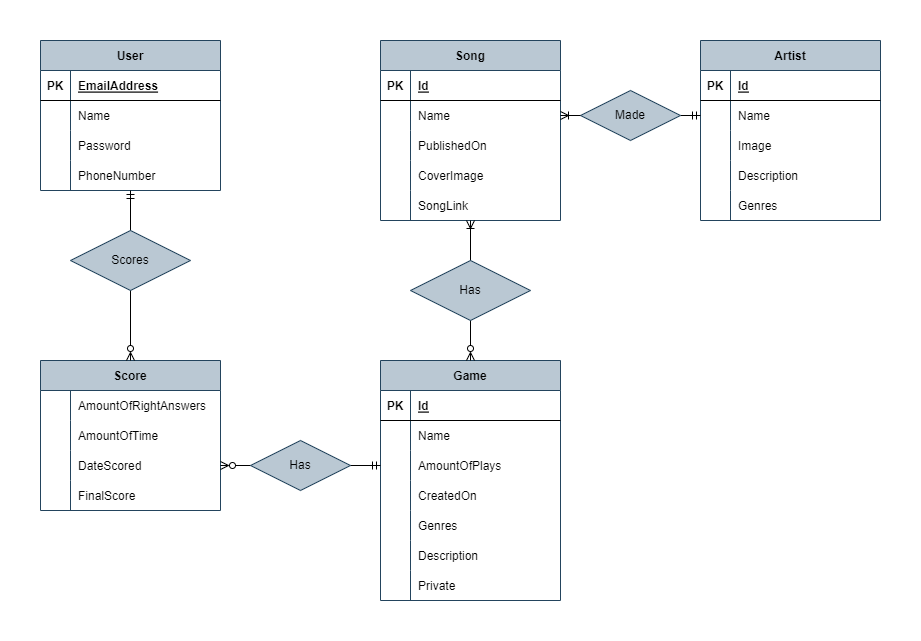
RikVandermullen/guess-the-song keeps this draw.io diagram as apps/GuessTheSong/src/assets/images/ERD.png. Above is the earlier version. Source tidied: cells renumbered, new cells last; positions are measured from the earlier drawing's top-left corner, leaving out a move shared by most shapes.
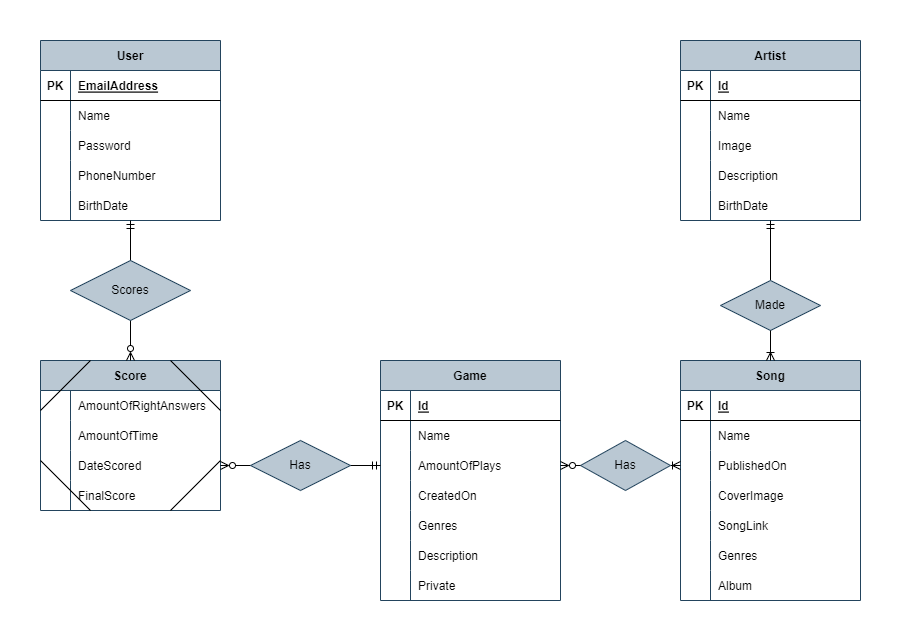
Later version of the same file.

Change to the diagram source:
```diff
@@ -6,7 +6,7 @@
       <mxGeometry width="920" height="640" as="geometry" />
     </mxCell>
     <mxCell id="3" value="User" style="shape=table;startSize=30;rowLines=0;fontStyle=1;align=center;fillColor=#bac8d3;strokeColor=#23445d;" parent="1" vertex="1">
-      <mxGeometry x="40" y="40" width="180" height="150" as="geometry" />
+      <mxGeometry x="40" y="40" width="180" height="180" as="geometry" />
     </mxCell>
     <mxCell id="4" style="shape=tableRow;horizontal=0;startSize=0;swimlaneHead=0;swimlaneBody=0;fillColor=none;top=0;left=0;right=0;bottom=1;" parent="3" vertex="1">
       <mxGeometry y="30" width="180" height="30" as="geometry" />
@@ -44,8 +44,17 @@
     <mxCell id="15" value="PhoneNumber" style="shape=partialRectangle;fillColor=none;top=0;left=0;bottom=0;right=0;align=left;spacingLeft=6;overflow=hidden;" parent="13" vertex="1">
       <mxGeometry x="30" width="150" height="30" as="geometry" />
     </mxCell>
+    <mxCell id="92" style="shape=tableRow;horizontal=0;startSize=0;swimlaneHead=0;swimlaneBody=0;fillColor=none;top=0;left=0;right=0;bottom=0;" parent="3" vertex="1">
+      <mxGeometry y="150" width="180" height="30" as="geometry" />
+    </mxCell>
+    <mxCell id="93" style="shape=partialRectangle;fillColor=none;top=0;left=0;bottom=0;right=0;overflow=hidden;" parent="92" vertex="1">
+      <mxGeometry width="30" height="30" as="geometry" />
+    </mxCell>
+    <mxCell id="94" value="BirthDate" style="shape=partialRectangle;fillColor=none;top=0;left=0;bottom=0;right=0;align=left;spacingLeft=6;overflow=hidden;" parent="92" vertex="1">
+      <mxGeometry x="30" width="150" height="30" as="geometry" />
+    </mxCell>
     <mxCell id="16" value="Song" style="shape=table;startSize=30;rowLines=0;fontStyle=1;align=center;fillColor=#bac8d3;strokeColor=#23445d;" parent="1" vertex="1">
-      <mxGeometry x="380" y="40" width="180" height="180" as="geometry" />
+      <mxGeometry x="680" y="360" width="180" height="240" as="geometry" />
     </mxCell>
     <mxCell id="17" style="shape=tableRow;horizontal=0;startSize=0;swimlaneHead=0;swimlaneBody=0;fillColor=none;top=0;left=0;right=0;bottom=1;" parent="16" vertex="1">
       <mxGeometry y="30" width="180" height="30" as="geometry" />
@@ -92,6 +101,24 @@
     <mxCell id="31" value="SongLink" style="shape=partialRectangle;fillColor=none;top=0;left=0;bottom=0;right=0;align=left;spacingLeft=6;fontStyle=0;overflow=hidden;" parent="29" vertex="1">
       <mxGeometry x="30" width="150" height="30" as="geometry" />
     </mxCell>
+    <mxCell id="81" style="shape=tableRow;horizontal=0;startSize=0;swimlaneHead=0;swimlaneBody=0;fillColor=none;top=0;left=0;right=0;bottom=0;" parent="16" vertex="1">
+      <mxGeometry y="180" width="180" height="30" as="geometry" />
+    </mxCell>
+    <mxCell id="82" style="shape=partialRectangle;fillColor=none;top=0;left=0;bottom=0;right=0;fontStyle=0;overflow=hidden;" parent="81" vertex="1">
+      <mxGeometry width="30" height="30" as="geometry" />
+    </mxCell>
+    <mxCell id="83" value="Genres" style="shape=partialRectangle;fillColor=none;top=0;left=0;bottom=0;right=0;align=left;spacingLeft=6;fontStyle=0;overflow=hidden;" parent="81" vertex="1">
+      <mxGeometry x="30" width="150" height="30" as="geometry" />
+    </mxCell>
+    <mxCell id="95" style="shape=tableRow;horizontal=0;startSize=0;swimlaneHead=0;swimlaneBody=0;fillColor=none;top=0;left=0;right=0;bottom=0;" parent="16" vertex="1">
+      <mxGeometry y="210" width="180" height="30" as="geometry" />
+    </mxCell>
+    <mxCell id="96" style="shape=partialRectangle;fillColor=none;top=0;left=0;bottom=0;right=0;fontStyle=0;overflow=hidden;" parent="95" vertex="1">
+      <mxGeometry width="30" height="30" as="geometry" />
+    </mxCell>
+    <mxCell id="97" value="Album" style="shape=partialRectangle;fillColor=none;top=0;left=0;bottom=0;right=0;align=left;spacingLeft=6;fontStyle=0;overflow=hidden;" parent="95" vertex="1">
+      <mxGeometry x="30" width="150" height="30" as="geometry" />
+    </mxCell>
     <mxCell id="32" value="Game" style="shape=table;startSize=30;rowLines=0;fontStyle=1;align=center;fillColor=#bac8d3;strokeColor=#23445d;" parent="1" vertex="1">
       <mxGeometry x="380" y="360" width="180" height="240" as="geometry" />
     </mxCell>
@@ -201,7 +228,7 @@
       <mxGeometry relative="1" as="geometry" />
     </mxCell>
     <mxCell id="68" value="Artist" style="shape=table;startSize=30;rowLines=0;fontStyle=1;align=center;fillColor=#bac8d3;strokeColor=#23445d;" parent="1" vertex="1">
-      <mxGeometry x="700" y="40" width="180" height="180" as="geometry" />
+      <mxGeometry x="680" y="40" width="180" height="180" as="geometry" />
     </mxCell>
     <mxCell id="69" style="shape=tableRow;horizontal=0;startSize=0;swimlaneHead=0;swimlaneBody=0;fillColor=none;top=0;left=0;right=0;bottom=1;" parent="68" vertex="1">
       <mxGeometry y="30" width="180" height="30" as="geometry" />
@@ -239,17 +266,17 @@
     <mxCell id="80" value="Description" style="shape=partialRectangle;fillColor=none;top=0;left=0;bottom=0;right=0;align=left;spacingLeft=6;overflow=hidden;" parent="78" vertex="1">
       <mxGeometry x="30" width="150" height="30" as="geometry" />
     </mxCell>
-    <mxCell id="81" style="shape=tableRow;horizontal=0;startSize=0;swimlaneHead=0;swimlaneBody=0;fillColor=none;top=0;left=0;right=0;bottom=0;" parent="68" vertex="1">
-      <mxGeometry y="150" width="180" height="30" as="geometry" />
-    </mxCell>
-    <mxCell id="82" style="shape=partialRectangle;fillColor=none;top=0;left=0;bottom=0;right=0;fontStyle=0;overflow=hidden;" parent="81" vertex="1">
-      <mxGeometry width="30" height="30" as="geometry" />
-    </mxCell>
-    <mxCell id="83" value="Genres" style="shape=partialRectangle;fillColor=none;top=0;left=0;bottom=0;right=0;align=left;spacingLeft=6;fontStyle=0;overflow=hidden;" parent="81" vertex="1">
-      <mxGeometry x="30" width="150" height="30" as="geometry" />
-    </mxCell>
+    <mxCell id="98" style="shape=tableRow;horizontal=0;startSize=0;swimlaneHead=0;swimlaneBody=0;fillColor=none;top=0;left=0;right=0;bottom=0;" parent="68" vertex="1">
+      <mxGeometry y="150" width="180" height="30" as="geometry" />
+    </mxCell>
+    <mxCell id="99" style="shape=partialRectangle;fillColor=none;top=0;left=0;bottom=0;right=0;overflow=hidden;" parent="98" vertex="1">
+      <mxGeometry width="30" height="30" as="geometry" />
+    </mxCell>
+    <mxCell id="100" value="BirthDate" style="shape=partialRectangle;fillColor=none;top=0;left=0;bottom=0;right=0;align=left;spacingLeft=6;overflow=hidden;" parent="98" vertex="1">
+      <mxGeometry x="30" width="150" height="30" as="geometry" />
+    </mxCell>
     <mxCell id="84" value="Scores" style="shape=rhombus;perimeter=rhombusPerimeter;whiteSpace=wrap;html=1;align=center;fillColor=#bac8d3;strokeColor=#23445d;" parent="1" vertex="1">
-      <mxGeometry x="70" y="230" width="120" height="60" as="geometry" />
+      <mxGeometry x="70" y="260" width="120" height="60" as="geometry" />
     </mxCell>
     <mxCell id="85" style="endArrow=ERmandOne;html=1;rounded=0;exitX=1;exitY=0.5;exitDx=0;exitDy=0;entryX=0;entryY=0.5;entryDx=0;entryDy=0;startArrow=ERzeroToMany;startFill=0;endFill=0;" parent="1" edge="1" source="61" target="39">
       <mxGeometry relative="1" as="geometry" />
@@ -257,20 +284,55 @@
     <mxCell id="86" value="Has" style="shape=rhombus;perimeter=rhombusPerimeter;whiteSpace=wrap;html=1;align=center;fillColor=#bac8d3;strokeColor=#23445d;" parent="1" vertex="1">
       <mxGeometry x="250" y="440" width="100" height="50" as="geometry" />
     </mxCell>
-    <mxCell id="87" style="endArrow=ERoneToMany;html=1;rounded=0;exitX=0.5;exitY=0;exitDx=0;exitDy=0;endFill=0;startArrow=ERzeroToMany;startFill=0;" parent="1" edge="1" source="32" target="29">
+    <mxCell id="87" style="endArrow=ERoneToMany;html=1;rounded=0;exitX=1;exitY=0.5;exitDx=0;exitDy=0;endFill=0;startArrow=none;startFill=0;entryX=0;entryY=0.5;entryDx=0;entryDy=0;" parent="1" edge="1" source="88" target="23">
       <mxGeometry relative="1" as="geometry" />
     </mxCell>
-    <mxCell id="88" value="Has" style="shape=rhombus;perimeter=rhombusPerimeter;whiteSpace=wrap;html=1;align=center;fillColor=#bac8d3;strokeColor=#23445d;" parent="1" vertex="1">
-      <mxGeometry x="410" y="260" width="120" height="60" as="geometry" />
-    </mxCell>
-    <mxCell id="89" style="endArrow=ERmandOne;html=1;rounded=0;exitX=1;exitY=0.5;exitDx=0;exitDy=0;entryX=0;entryY=0.5;entryDx=0;entryDy=0;endFill=0;startArrow=none;startFill=0;" parent="1" edge="1" source="90" target="72">
-      <mxGeometry relative="1" as="geometry" />
+    <mxCell id="89" style="endArrow=ERmandOne;html=1;rounded=0;exitX=0.5;exitY=0;exitDx=0;exitDy=0;endFill=0;startArrow=none;startFill=0;" parent="1" edge="1" source="90">
+      <mxGeometry relative="1" as="geometry">
+        <mxPoint x="770" y="220" as="targetPoint" />
+      </mxGeometry>
     </mxCell>
     <mxCell id="90" value="Made" style="shape=rhombus;perimeter=rhombusPerimeter;whiteSpace=wrap;html=1;align=center;fillColor=#bac8d3;strokeColor=#23445d;" parent="1" vertex="1">
-      <mxGeometry x="580" y="90" width="100" height="50" as="geometry" />
+      <mxGeometry x="720" y="280" width="100" height="50" as="geometry" />
     </mxCell>
-    <mxCell id="91" style="endArrow=none;html=1;rounded=0;exitX=1;exitY=0.5;exitDx=0;exitDy=0;entryX=0;entryY=0.5;entryDx=0;entryDy=0;endFill=0;startArrow=ERoneToMany;startFill=0;" parent="1" edge="1" source="20" target="90">
+    <mxCell id="91" style="endArrow=none;html=1;rounded=0;endFill=0;startArrow=ERoneToMany;startFill=0;exitX=0.5;exitY=0;exitDx=0;exitDy=0;" parent="1" edge="1" source="16" target="90">
       <mxGeometry relative="1" as="geometry" />
     </mxCell>
+    <mxCell id="101" style="shape=tableRow;horizontal=0;startSize=0;swimlaneHead=0;swimlaneBody=0;fillColor=none;top=0;left=0;right=0;bottom=0;" parent="1" vertex="1">
+      <mxGeometry x="630" y="580" width="180" height="30" as="geometry" />
+    </mxCell>
+    <mxCell id="102" style="shape=partialRectangle;fillColor=none;top=0;left=0;bottom=0;right=0;fontStyle=0;overflow=hidden;" parent="101" vertex="1">
+      <mxGeometry width="30" height="30" as="geometry" />
+    </mxCell>
+    <mxCell id="88" value="Has" style="shape=rhombus;perimeter=rhombusPerimeter;whiteSpace=wrap;html=1;align=center;fillColor=#bac8d3;strokeColor=#23445d;" parent="1" vertex="1">
+      <mxGeometry x="580" y="440" width="90" height="50" as="geometry" />
+    </mxCell>
+    <mxCell id="103" style="endArrow=none;html=1;rounded=0;exitX=1;exitY=0.5;exitDx=0;exitDy=0;endFill=0;startArrow=ERzeroToMany;startFill=0;entryX=0;entryY=0.5;entryDx=0;entryDy=0;" parent="1" edge="1" source="39" target="88">
+      <mxGeometry relative="1" as="geometry" />
+    </mxCell>
+    <mxCell id="104" style="endArrow=none;html=1;rounded=0;" parent="1" edge="1">
+      <mxGeometry relative="1" as="geometry">
+        <mxPoint x="170" y="510" as="sourcePoint" />
+        <mxPoint x="220" y="460" as="targetPoint" />
+      </mxGeometry>
+    </mxCell>
+    <mxCell id="105" style="endArrow=none;html=1;rounded=0;" parent="1" edge="1">
+      <mxGeometry relative="1" as="geometry">
+        <mxPoint x="40" y="410" as="sourcePoint" />
+        <mxPoint x="90" y="360" as="targetPoint" />
+      </mxGeometry>
+    </mxCell>
+    <mxCell id="106" style="endArrow=none;html=1;rounded=0;" parent="1" edge="1">
+      <mxGeometry relative="1" as="geometry">
+        <mxPoint x="170" y="360" as="sourcePoint" />
+        <mxPoint x="220" y="410" as="targetPoint" />
+      </mxGeometry>
+    </mxCell>
+    <mxCell id="107" style="endArrow=none;html=1;rounded=0;" parent="1" edge="1">
+      <mxGeometry relative="1" as="geometry">
+        <mxPoint x="40" y="460" as="sourcePoint" />
+        <mxPoint x="90" y="510" as="targetPoint" />
+      </mxGeometry>
+    </mxCell>
   </root>
 </mxGraphModel>
```
